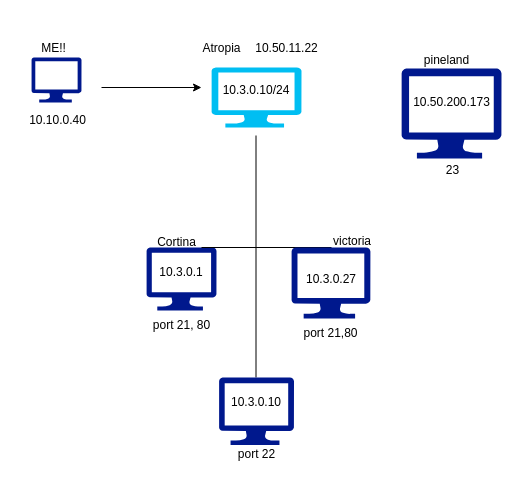
Earlier version of the draw.io diagram task 3 Diagram.drawio (conrod12/networking). Source tidied: cells renumbered, new cells numbered last; positions are measured from the earlier drawing's top-left corner, leaving out a move shared by most shapes. Both pictures are drawn from the tidied source at 100%, with x=0, y=0 at pixel (17, 33).
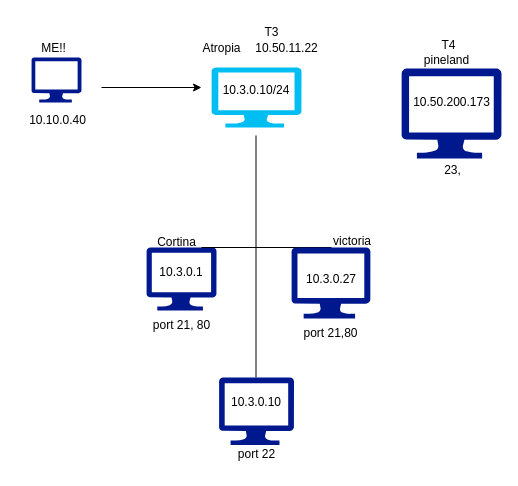
The same diagram, later.

Change to the diagram source:
```diff
@@
-    <mxCell id="27" value="23" style="text;html=1;align=center;verticalAlign=middle;strokeColor=none;fillColor=none;" parent="1" vertex="1">
+    <mxCell id="27" value="23," style="text;html=1;align=center;verticalAlign=middle;strokeColor=none;fillColor=none;" parent="1" vertex="1">
       <mxGeometry x="415" y="122" width="40" height="30" as="geometry" />
     </mxCell>
+    <mxCell id="28" value="T4" style="text;html=1;align=center;verticalAlign=middle;strokeColor=none;fillColor=none;" parent="1" vertex="1">
+      <mxGeometry x="411" y="-3" width="40" height="30" as="geometry" />
+    </mxCell>
+    <mxCell id="29" value="T3" style="text;html=1;align=center;verticalAlign=middle;strokeColor=none;fillColor=none;" parent="1" vertex="1">
+      <mxGeometry x="234" y="-16" width="40" height="30" as="geometry" />
+    </mxCell>
```
